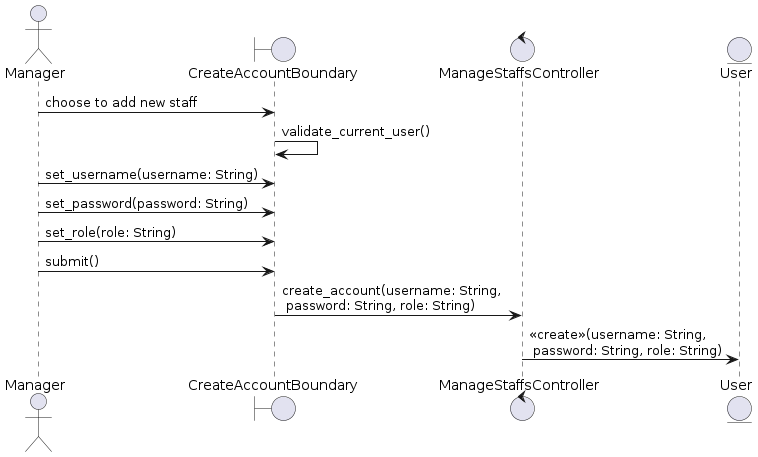
Above: docs/UML/Sequence Diagrams/add-new-staff.png in LapTQ/MCT (PlantUML), before the change.
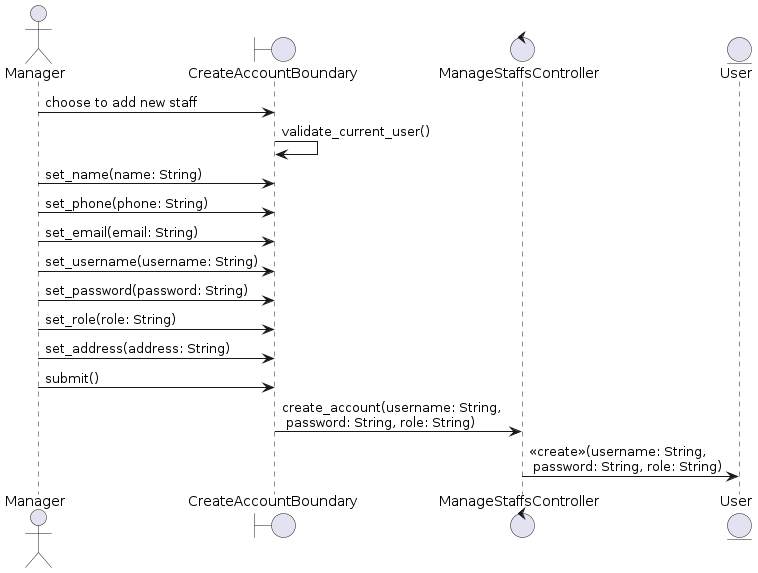
The same file after the commit.

What changed in the source:
```diff
@@ -7,9 +7,13 @@
 
 A -> B2: choose to add new staff
 B2 -> B2: validate_current_user()
+A -> B2: set_name(name: String)
+A -> B2: set_phone(phone: String)
+A -> B2: set_email(email: String)
 A -> B2: set_username(username: String)
 A -> B2: set_password(password: String)
 A -> B2: set_role(role: String)
+A -> B2: set_address(address: String)
 A -> B2: submit()
 B2 -> C: create_account(username: String, \n password: String, role: String)
 C -> E: <<create>>(username: String, \n password: String, role: String)
```
